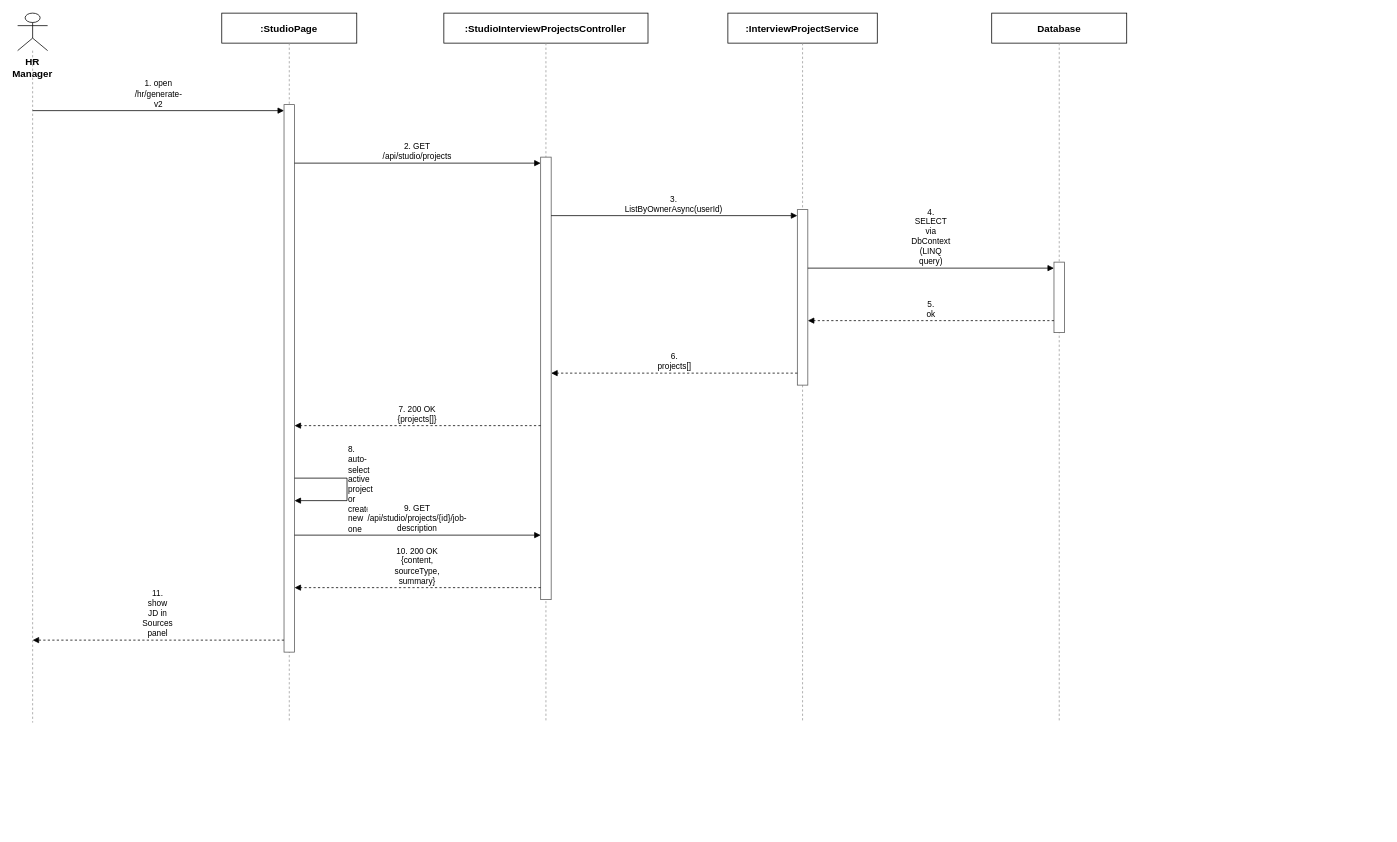
Before: docs/qa/Nam_SequenceDiagram/Report4_SequenceDiagram_JobDescriptionManagement_ListViewJD.drawio in tulklk/AI_Interview_Question_Generation_RAG_LLM_FE, a draw.io diagram. Source tidied: cells renumbered, new cells numbered last; positions are measured from the earlier drawing's top-left corner, leaving out a move shared by most shapes. Both pictures are drawn from the tidied source at 75%, with x=0, y=0 at pixel (17, 13).
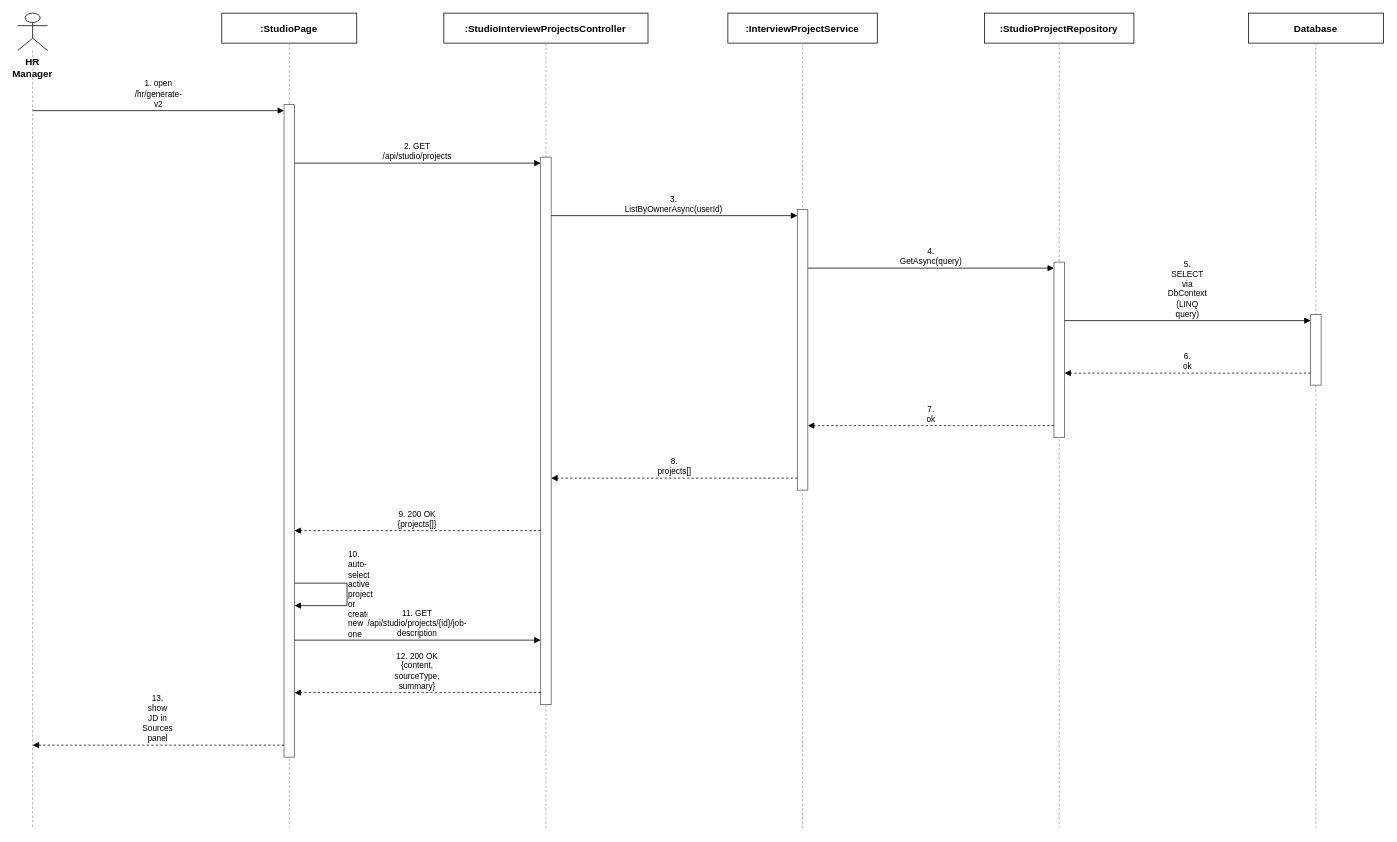
After the change.

The edit, as a diff of the source:
```diff
@@
     <mxCell id="3" style="endArrow=none;dashed=1;html=1;strokeColor=#999999;" parent="1" edge="1">
       <mxGeometry relative="1" as="geometry">
         <mxPoint x="20" y="50" as="sourcePoint" />
-        <mxPoint x="20" y="946" as="targetPoint" />
+        <mxPoint x="20" y="1086" as="targetPoint" />
       </mxGeometry>
     </mxCell>
@@
     <mxCell id="5" style="endArrow=none;dashed=1;html=1;strokeColor=#999999;" parent="1" edge="1">
       <mxGeometry relative="1" as="geometry">
         <mxPoint x="362.2" y="40" as="sourcePoint" />
-        <mxPoint x="362.2" y="946" as="targetPoint" />
+        <mxPoint x="362.2" y="1086" as="targetPoint" />
       </mxGeometry>
     </mxCell>
@@
     <mxCell id="7" style="endArrow=none;dashed=1;html=1;strokeColor=#999999;" parent="1" edge="1">
       <mxGeometry relative="1" as="geometry">
         <mxPoint x="704.4" y="40" as="sourcePoint" />
-        <mxPoint x="704.4" y="946" as="targetPoint" />
+        <mxPoint x="704.4" y="1086" as="targetPoint" />
       </mxGeometry>
     </mxCell>
@@
     <mxCell id="9" style="endArrow=none;dashed=1;html=1;strokeColor=#999999;" parent="1" edge="1">
       <mxGeometry relative="1" as="geometry">
         <mxPoint x="1046.6" y="40" as="sourcePoint" />
-        <mxPoint x="1046.6" y="946" as="targetPoint" />
+        <mxPoint x="1046.6" y="1086" as="targetPoint" />
       </mxGeometry>
     </mxCell>
-    <mxCell id="10" value="Database" style="rounded=0;whiteSpace=wrap;html=1;fontSize=13;fillColor=#ffffff;strokeColor=#000000;fontStyle=1;" parent="1" vertex="1">
-      <mxGeometry x="1298.8" width="180" height="40" as="geometry" />
+    <mxCell id="10" value=":StudioProjectRepository" style="rounded=0;whiteSpace=wrap;html=1;fontSize=13;fillColor=#ffffff;strokeColor=#000000;fontStyle=1;" parent="1" vertex="1">
+      <mxGeometry x="1289.2" width="199.2" height="40" as="geometry" />
     </mxCell>
     <mxCell id="11" style="endArrow=none;dashed=1;html=1;strokeColor=#999999;" parent="1" edge="1">
       <mxGeometry relative="1" as="geometry">
         <mxPoint x="1388.8" y="40" as="sourcePoint" />
-        <mxPoint x="1388.8" y="946" as="targetPoint" />
+        <mxPoint x="1388.8" y="1086" as="targetPoint" />
       </mxGeometry>
     </mxCell>
-    <mxCell id="12" style="rounded=0;whiteSpace=wrap;html=1;fillColor=#ffffff;strokeColor=#555555;" parent="1" vertex="1">
-      <mxGeometry x="355.2" y="122" width="14" height="730" as="geometry" />
+    <mxCell id="12" value="Database" style="rounded=0;whiteSpace=wrap;html=1;fontSize=13;fillColor=#ffffff;strokeColor=#000000;fontStyle=1;" parent="1" vertex="1">
+      <mxGeometry x="1641" width="180" height="40" as="geometry" />
     </mxCell>
-    <mxCell id="13" style="rounded=0;whiteSpace=wrap;html=1;fillColor=#ffffff;strokeColor=#555555;" parent="1" vertex="1">
-      <mxGeometry x="697.4" y="192" width="14" height="590" as="geometry" />
+    <mxCell id="13" style="endArrow=none;dashed=1;html=1;strokeColor=#999999;" parent="1" edge="1">
+      <mxGeometry relative="1" as="geometry">
+        <mxPoint x="1731" y="40" as="sourcePoint" />
+        <mxPoint x="1731" y="1086" as="targetPoint" />
+      </mxGeometry>
     </mxCell>
     <mxCell id="14" style="rounded=0;whiteSpace=wrap;html=1;fillColor=#ffffff;strokeColor=#555555;" parent="1" vertex="1">
-      <mxGeometry x="1039.6" y="262" width="14" height="234" as="geometry" />
+      <mxGeometry x="355.2" y="122" width="14" height="870" as="geometry" />
     </mxCell>
     <mxCell id="15" style="rounded=0;whiteSpace=wrap;html=1;fillColor=#ffffff;strokeColor=#555555;" parent="1" vertex="1">
-      <mxGeometry x="1381.8" y="332" width="14" height="94" as="geometry" />
+      <mxGeometry x="697.4" y="192" width="14" height="730" as="geometry" />
     </mxCell>
-    <mxCell id="16" value="1. open /hr/generate-v2" style="endArrow=block;endFill=1;html=1;whiteSpace=wrap;fontSize=11;align=center;verticalAlign=bottom;labelBackgroundColor=#ffffff;strokeColor=#000000;" parent="1" edge="1">
-      <mxGeometry relative="1" as="geometry">
-        <mxPoint x="20" y="130" as="sourcePoint" />
-        <mxPoint x="355.2" y="130" as="targetPoint" />
-      </mxGeometry>
+    <mxCell id="16" style="rounded=0;whiteSpace=wrap;html=1;fillColor=#ffffff;strokeColor=#555555;" parent="1" vertex="1">
+      <mxGeometry x="1039.6" y="262" width="14" height="374" as="geometry" />
     </mxCell>
-    <mxCell id="17" value="2. GET /api/studio/projects" style="endArrow=block;endFill=1;html=1;whiteSpace=wrap;fontSize=11;align=center;verticalAlign=bottom;labelBackgroundColor=#ffffff;strokeColor=#000000;" parent="1" edge="1">
-      <mxGeometry relative="1" as="geometry">
-        <mxPoint x="369.2" y="200" as="sourcePoint" />
-        <mxPoint x="697.4" y="200" as="targetPoint" />
-      </mxGeometry>
+    <mxCell id="17" style="rounded=0;whiteSpace=wrap;html=1;fillColor=#ffffff;strokeColor=#555555;" parent="1" vertex="1">
+      <mxGeometry x="1381.8" y="332" width="14" height="234" as="geometry" />
     </mxCell>
-    <mxCell id="18" value="3. ListByOwnerAsync(userId)" style="endArrow=block;endFill=1;html=1;whiteSpace=wrap;fontSize=11;align=center;verticalAlign=bottom;labelBackgroundColor=#ffffff;strokeColor=#000000;" parent="1" edge="1">
-      <mxGeometry relative="1" as="geometry">
-        <mxPoint x="711.4" y="270" as="sourcePoint" />
-        <mxPoint x="1039.6" y="270" as="targetPoint" />
-      </mxGeometry>
+    <mxCell id="18" style="rounded=0;whiteSpace=wrap;html=1;fillColor=#ffffff;strokeColor=#555555;" parent="1" vertex="1">
+      <mxGeometry x="1724" y="402" width="14" height="94" as="geometry" />
     </mxCell>
-    <mxCell id="19" value="4. SELECT via DbContext (LINQ query)" style="endArrow=block;endFill=1;html=1;whiteSpace=wrap;fontSize=11;align=center;verticalAlign=bottom;labelBackgroundColor=#ffffff;strokeColor=#000000;" parent="1" edge="1">
+    <mxCell id="19" value="1. open /hr/generate-v2" style="endArrow=block;endFill=1;html=1;whiteSpace=wrap;fontSize=11;align=center;verticalAlign=bottom;labelBackgroundColor=#ffffff;strokeColor=#000000;" parent="1" edge="1">
       <mxGeometry relative="1" as="geometry">
-        <mxPoint x="1053.6" y="340" as="sourcePoint" />
-        <mxPoint x="1381.8" y="340" as="targetPoint" />
+        <mxPoint x="20" y="130" as="sourcePoint" />
+        <mxPoint x="355.2" y="130" as="targetPoint" />
       </mxGeometry>
     </mxCell>
-    <mxCell id="20" value="5. ok" style="endArrow=block;endFill=1;html=1;whiteSpace=wrap;dashed=1;fontSize=11;align=center;verticalAlign=bottom;labelBackgroundColor=#ffffff;strokeColor=#000000;" parent="1" edge="1">
+    <mxCell id="20" value="2. GET /api/studio/projects" style="endArrow=block;endFill=1;html=1;whiteSpace=wrap;fontSize=11;align=center;verticalAlign=bottom;labelBackgroundColor=#ffffff;strokeColor=#000000;" parent="1" edge="1">
       <mxGeometry relative="1" as="geometry">
-        <mxPoint x="1381.8" y="410" as="sourcePoint" />
-        <mxPoint x="1053.6" y="410" as="targetPoint" />
+        <mxPoint x="369.2" y="200" as="sourcePoint" />
+        <mxPoint x="697.4" y="200" as="targetPoint" />
       </mxGeometry>
     </mxCell>
-    <mxCell id="21" value="6. projects[]" style="endArrow=block;endFill=1;html=1;whiteSpace=wrap;dashed=1;fontSize=11;align=center;verticalAlign=bottom;labelBackgroundColor=#ffffff;strokeColor=#000000;" parent="1" edge="1">
+    <mxCell id="21" value="3. ListByOwnerAsync(userId)" style="endArrow=block;endFill=1;html=1;whiteSpace=wrap;fontSize=11;align=center;verticalAlign=bottom;labelBackgroundColor=#ffffff;strokeColor=#000000;" parent="1" edge="1">
       <mxGeometry relative="1" as="geometry">
-        <mxPoint x="1039.6" y="480" as="sourcePoint" />
-        <mxPoint x="711.4" y="480" as="targetPoint" />
+        <mxPoint x="711.4" y="270" as="sourcePoint" />
+        <mxPoint x="1039.6" y="270" as="targetPoint" />
       </mxGeometry>
     </mxCell>
-    <mxCell id="22" value="7. 200 OK {projects[]}" style="endArrow=block;endFill=1;html=1;whiteSpace=wrap;dashed=1;fontSize=11;align=center;verticalAlign=bottom;labelBackgroundColor=#ffffff;strokeColor=#000000;" parent="1" edge="1">
+    <mxCell id="22" value="4. GetAsync(query)" style="endArrow=block;endFill=1;html=1;whiteSpace=wrap;fontSize=11;align=center;verticalAlign=bottom;labelBackgroundColor=#ffffff;strokeColor=#000000;" parent="1" edge="1">
       <mxGeometry relative="1" as="geometry">
-        <mxPoint x="697.4" y="550" as="sourcePoint" />
-        <mxPoint x="369.2" y="550" as="targetPoint" />
+        <mxPoint x="1053.6" y="340" as="sourcePoint" />
+        <mxPoint x="1381.8" y="340" as="targetPoint" />
       </mxGeometry>
     </mxCell>
-    <mxCell id="23" value="8. auto-select active project or create new one" style="endArrow=block;endFill=1;html=1;whiteSpace=wrap;fontSize=11;align=left;verticalAlign=middle;labelBackgroundColor=#ffffff;rounded=0;strokeColor=#000000;" parent="1" edge="1">
+    <mxCell id="23" value="5. SELECT via DbContext (LINQ query)" style="endArrow=block;endFill=1;html=1;whiteSpace=wrap;fontSize=11;align=center;verticalAlign=bottom;labelBackgroundColor=#ffffff;strokeColor=#000000;" parent="1" edge="1">
       <mxGeometry relative="1" as="geometry">
-        <mxPoint x="369.2" y="620" as="sourcePoint" />
-        <mxPoint x="369.2" y="650" as="targetPoint" />
-        <Array as="points">
-          <mxPoint x="439.2" y="620" />
-          <mxPoint x="439.2" y="650" />
-        </Array>
+        <mxPoint x="1395.8" y="410" as="sourcePoint" />
+        <mxPoint x="1724" y="410" as="targetPoint" />
       </mxGeometry>
     </mxCell>
-    <mxCell id="24" value="9. GET /api/studio/projects/{id}/job-description" style="endArrow=block;endFill=1;html=1;whiteSpace=wrap;fontSize=11;align=center;verticalAlign=bottom;labelBackgroundColor=#ffffff;strokeColor=#000000;" parent="1" edge="1">
+    <mxCell id="24" value="6. ok" style="endArrow=block;endFill=1;html=1;whiteSpace=wrap;dashed=1;fontSize=11;align=center;verticalAlign=bottom;labelBackgroundColor=#ffffff;strokeColor=#000000;" parent="1" edge="1">
       <mxGeometry relative="1" as="geometry">
-        <mxPoint x="369.2" y="696" as="sourcePoint" />
-        <mxPoint x="697.4" y="696" as="targetPoint" />
+        <mxPoint x="1724" y="480" as="sourcePoint" />
+        <mxPoint x="1395.8" y="480" as="targetPoint" />
       </mxGeometry>
     </mxCell>
-    <mxCell id="25" value="10. 200 OK {content, sourceType, summary}" style="endArrow=block;endFill=1;html=1;whiteSpace=wrap;dashed=1;fontSize=11;align=center;verticalAlign=bottom;labelBackgroundColor=#ffffff;strokeColor=#000000;" parent="1" edge="1">
+    <mxCell id="25" value="7. ok" style="endArrow=block;endFill=1;html=1;whiteSpace=wrap;dashed=1;fontSize=11;align=center;verticalAlign=bottom;labelBackgroundColor=#ffffff;strokeColor=#000000;" parent="1" edge="1">
       <mxGeometry relative="1" as="geometry">
-        <mxPoint x="697.4" y="766" as="sourcePoint" />
-        <mxPoint x="369.2" y="766" as="targetPoint" />
+        <mxPoint x="1381.8" y="550" as="sourcePoint" />
+        <mxPoint x="1053.6" y="550" as="targetPoint" />
       </mxGeometry>
     </mxCell>
-    <mxCell id="26" value="11. show JD in Sources panel" style="endArrow=block;endFill=1;html=1;whiteSpace=wrap;dashed=1;fontSize=11;align=center;verticalAlign=bottom;labelBackgroundColor=#ffffff;strokeColor=#000000;" parent="1" edge="1">
+    <mxCell id="26" value="8. projects[]" style="endArrow=block;endFill=1;html=1;whiteSpace=wrap;dashed=1;fontSize=11;align=center;verticalAlign=bottom;labelBackgroundColor=#ffffff;strokeColor=#000000;" parent="1" edge="1">
       <mxGeometry relative="1" as="geometry">
-        <mxPoint x="355.2" y="836" as="sourcePoint" />
-        <mxPoint x="20" y="836" as="targetPoint" />
+        <mxPoint x="1039.6" y="620" as="sourcePoint" />
+        <mxPoint x="711.4" y="620" as="targetPoint" />
       </mxGeometry>
     </mxCell>
+    <mxCell id="27" value="9. 200 OK {projects[]}" style="endArrow=block;endFill=1;html=1;whiteSpace=wrap;dashed=1;fontSize=11;align=center;verticalAlign=bottom;labelBackgroundColor=#ffffff;strokeColor=#000000;" parent="1" edge="1">
+      <mxGeometry relative="1" as="geometry">
+        <mxPoint x="697.4" y="690" as="sourcePoint" />
+        <mxPoint x="369.2" y="690" as="targetPoint" />
+      </mxGeometry>
+    </mxCell>
+    <mxCell id="28" value="10. auto-select active project or create new one" style="endArrow=block;endFill=1;html=1;whiteSpace=wrap;fontSize=11;align=left;verticalAlign=middle;labelBackgroundColor=#ffffff;rounded=0;strokeColor=#000000;" parent="1" edge="1">
+      <mxGeometry relative="1" as="geometry">
+        <mxPoint x="369.2" y="760" as="sourcePoint" />
+        <mxPoint x="369.2" y="790" as="targetPoint" />
+        <Array as="points">
+          <mxPoint x="439.2" y="760" />
+          <mxPoint x="439.2" y="790" />
+        </Array>
+      </mxGeometry>
+    </mxCell>
+    <mxCell id="29" value="11. GET /api/studio/projects/{id}/job-description" style="endArrow=block;endFill=1;html=1;whiteSpace=wrap;fontSize=11;align=center;verticalAlign=bottom;labelBackgroundColor=#ffffff;strokeColor=#000000;" parent="1" edge="1">
+      <mxGeometry relative="1" as="geometry">
+        <mxPoint x="369.2" y="836" as="sourcePoint" />
+        <mxPoint x="697.4" y="836" as="targetPoint" />
+      </mxGeometry>
+    </mxCell>
+    <mxCell id="30" value="12. 200 OK {content, sourceType, summary}" style="endArrow=block;endFill=1;html=1;whiteSpace=wrap;dashed=1;fontSize=11;align=center;verticalAlign=bottom;labelBackgroundColor=#ffffff;strokeColor=#000000;" parent="1" edge="1">
+      <mxGeometry relative="1" as="geometry">
+        <mxPoint x="697.4" y="906" as="sourcePoint" />
+        <mxPoint x="369.2" y="906" as="targetPoint" />
+      </mxGeometry>
+    </mxCell>
+    <mxCell id="31" value="13. show JD in Sources panel" style="endArrow=block;endFill=1;html=1;whiteSpace=wrap;dashed=1;fontSize=11;align=center;verticalAlign=bottom;labelBackgroundColor=#ffffff;strokeColor=#000000;" parent="1" edge="1">
+      <mxGeometry relative="1" as="geometry">
+        <mxPoint x="355.2" y="976" as="sourcePoint" />
+        <mxPoint x="20" y="976" as="targetPoint" />
+      </mxGeometry>
+    </mxCell>
```
